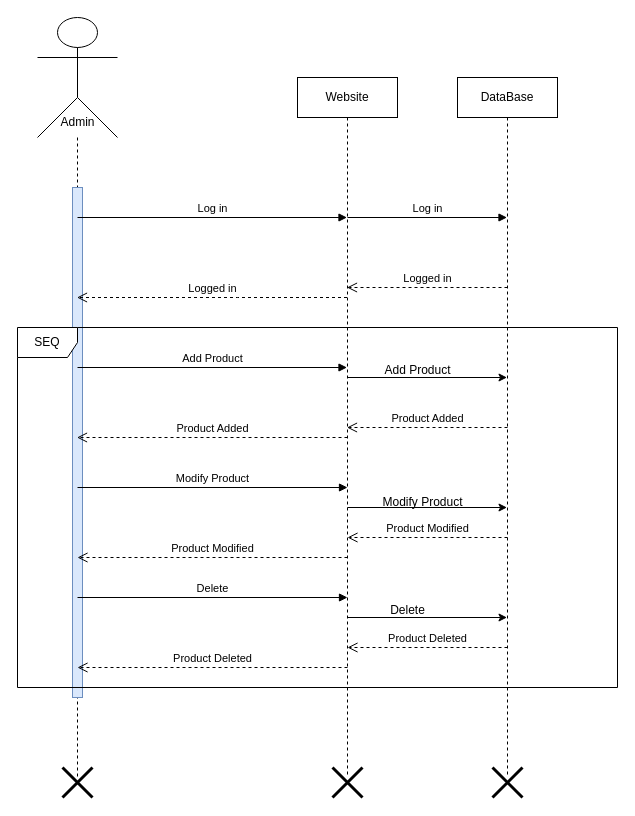
The draw.io diagram page "Product management" (5 of 8) of Diagramme sans nom.drawio in MahaDaiki/Brief8, before the edit. Source tidied: cells renumbered, new cells numbered last; positions are measured from the earlier drawing's top-left corner, leaving out a move shared by most shapes. Both pictures are drawn from the tidied source at 100%, with x=0, y=0 at pixel (17, 17).
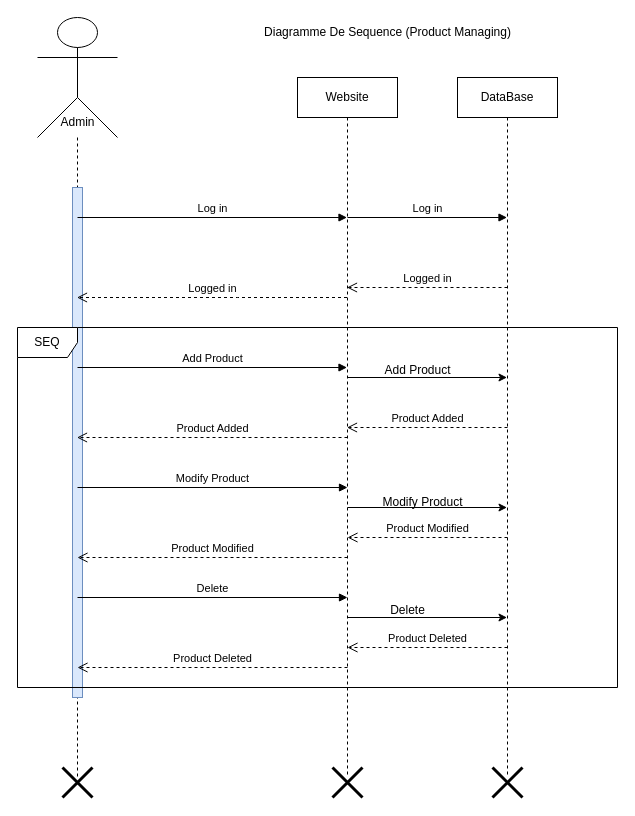
The same page after the edit.

What changed in the source:
```diff
@@
+    <mxCell id="30" value="Diagramme De Sequence (Product Managing)" style="text;html=1;align=center;verticalAlign=middle;strokeColor=none;fillColor=none;" parent="1" vertex="1">
+      <mxGeometry x="235" width="270" height="30" as="geometry" />
+    </mxCell>
```
